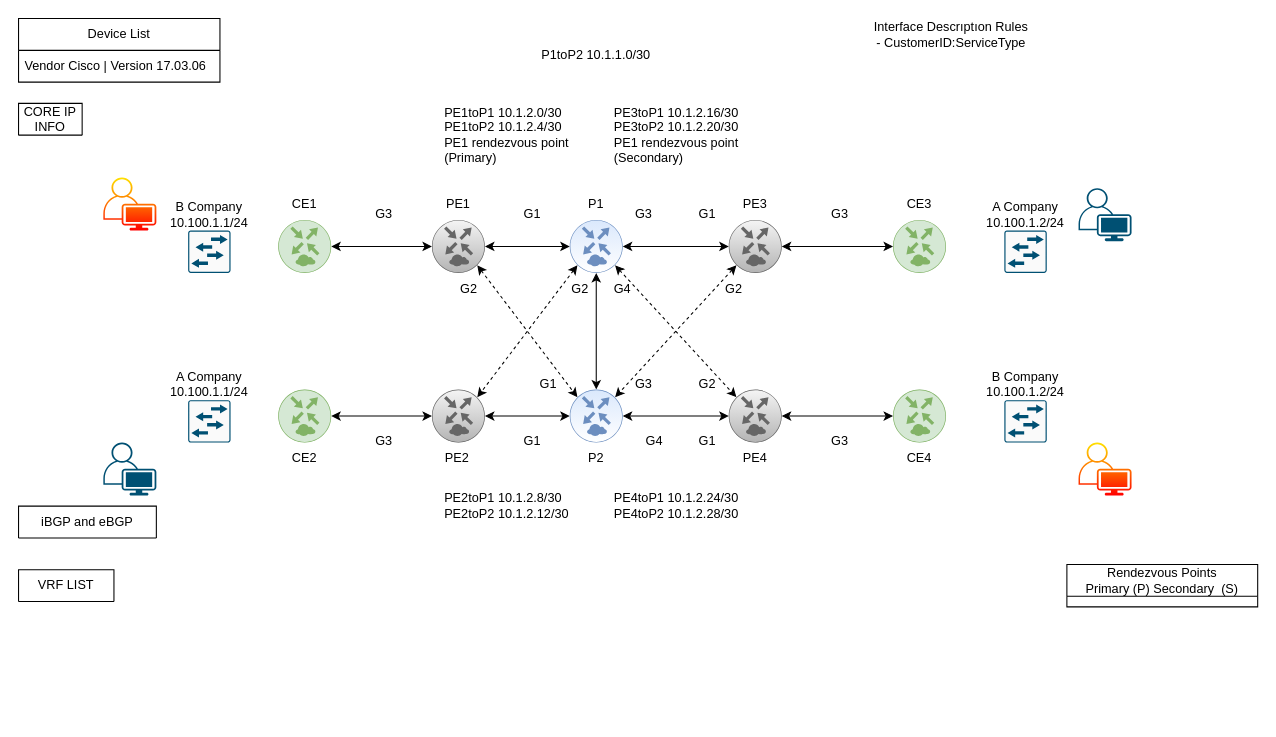
Earlier version of the draw.io diagram page "MPLS-CEtoCE-L2" (4 of 5) of MPLS.drawio (vxmaster/CML). Source tidied: cells renumbered, new cells numbered last; positions are measured from the earlier drawing's top-left corner, leaving out a move shared by most shapes. Both pictures are drawn from the tidied source at 106%, with x=0, y=0 at pixel (18, 18).
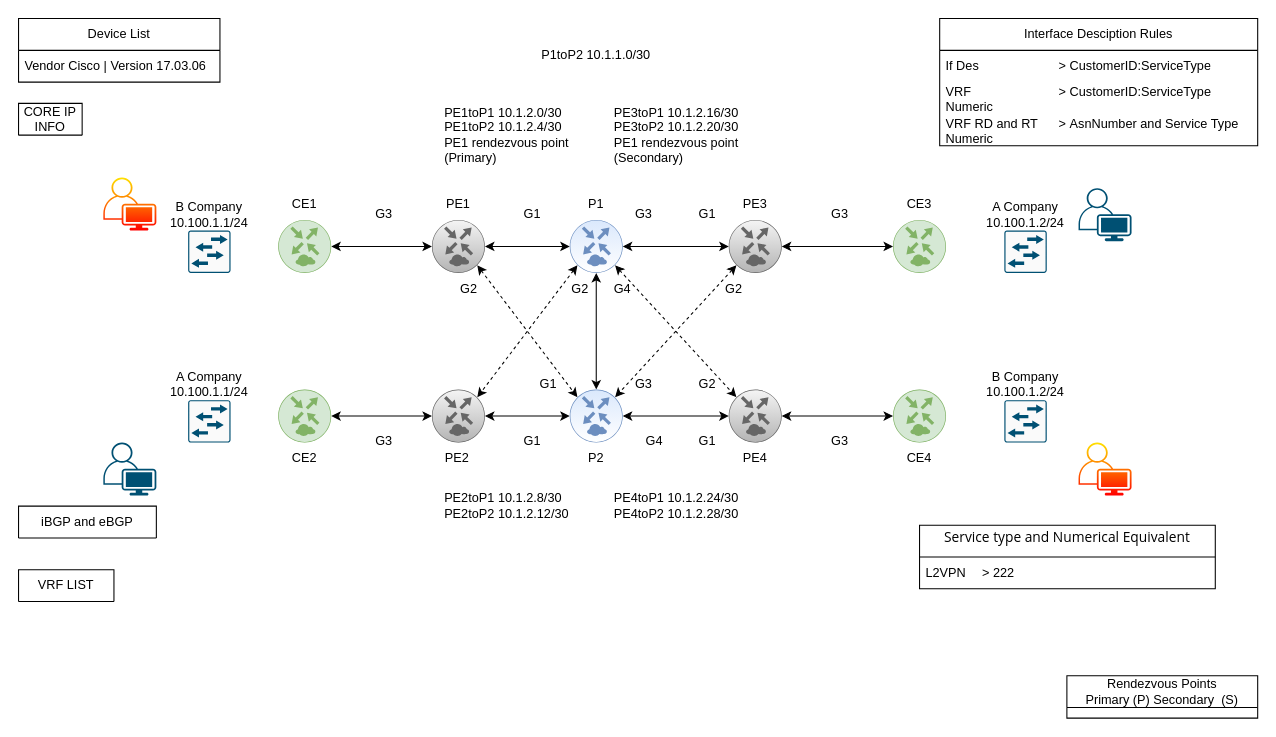
The same page after the edit.

The edit, as a diff of the source:
```diff
@@
     <mxCell id="37" value="Rendezvous Points&lt;br&gt;Primary (P) Secondary&amp;nbsp; (S)" style="swimlane;fontStyle=0;horizontal=1;startSize=30;whiteSpace=wrap;html=1;" parent="1" vertex="1" collapsed="1">
-      <mxGeometry x="989" y="515" width="180" height="40" as="geometry" />
+      <mxGeometry x="989" y="620" width="180" height="40" as="geometry" />
     </mxCell>
@@
-    <mxCell id="87" value="&lt;div style=&quot;&quot;&gt;&lt;span style=&quot;background-color: initial;&quot;&gt;Interface Descrıptıon Rules&lt;/span&gt;&lt;br&gt;&lt;span style=&quot;background-color: initial;&quot;&gt;- CustomerID:ServiceType&lt;/span&gt;&lt;/div&gt;" style="text;html=1;align=center;verticalAlign=middle;whiteSpace=wrap;rounded=0;" parent="1" vertex="1">
-      <mxGeometry x="790" width="180" height="30" as="geometry" />
-    </mxCell>
+    <mxCell id="88" value="Interface Desciption Rules" style="swimlane;fontStyle=0;horizontal=1;startSize=30;whiteSpace=wrap;html=1;" parent="1" vertex="1">
+      <mxGeometry x="869" width="300" height="120" as="geometry" />
+    </mxCell>
+    <mxCell id="89" value="&lt;span style=&quot;text-align: center;&quot;&gt;If Des&lt;span style=&quot;white-space: pre;&quot;&gt;&#9;&lt;span style=&quot;white-space: pre;&quot;&gt;&#9;&lt;/span&gt;&lt;span style=&quot;white-space: pre;&quot;&gt;&#9;&lt;/span&gt;&lt;/span&gt;&amp;gt; CustomerID:ServiceType&lt;/span&gt;" style="text;strokeColor=none;fillColor=none;align=left;verticalAlign=middle;spacingLeft=4;spacingRight=4;overflow=hidden;whiteSpace=wrap;html=1;" parent="88" vertex="1">
+      <mxGeometry y="30" width="300" height="30" as="geometry" />
+    </mxCell>
+    <mxCell id="90" value="VRF &lt;span style=&quot;white-space: pre;&quot;&gt;&#9;&lt;/span&gt;&lt;span style=&quot;white-space: pre;&quot;&gt;&#9;&lt;span style=&quot;white-space: pre;&quot;&gt;&#9;&lt;/span&gt;&lt;/span&gt;&amp;gt; CustomerID:ServiceType Numeric&amp;nbsp;" style="text;strokeColor=none;fillColor=none;align=left;verticalAlign=middle;spacingLeft=4;spacingRight=4;overflow=hidden;whiteSpace=wrap;html=1;" parent="88" vertex="1">
+      <mxGeometry y="60" width="300" height="30" as="geometry" />
+    </mxCell>
+    <mxCell id="91" value="VRF RD and RT&amp;nbsp;&lt;span style=&quot;white-space: pre;&quot;&gt;&#9;&lt;/span&gt;&amp;gt;&amp;nbsp;&lt;span style=&quot;background-color: initial;&quot;&gt;AsnNumber and Service Type Numeric&lt;/span&gt;" style="text;strokeColor=none;fillColor=none;align=left;verticalAlign=middle;spacingLeft=4;spacingRight=4;overflow=hidden;whiteSpace=wrap;html=1;" parent="88" vertex="1">
+      <mxGeometry y="90" width="300" height="30" as="geometry" />
+    </mxCell>
+    <mxCell id="92" value="&lt;div style=&quot;max-height: 240px; min-height: 30px; overflow-y: auto; overflow-wrap: break-word; background-color: var(--main-bg); margin: 10px 10px 3px; font-family: &amp;quot;Segoe UI&amp;quot;, &amp;quot;San Francisco&amp;quot;, Ubuntu, &amp;quot;Fira Sans&amp;quot;, Roboto, Arial, Helvetica, sans-serif; font-size: 13px; text-align: start;&quot; id=&quot;resultArea&quot;&gt;&lt;p style=&quot;margin: 0px; padding: 0px 5px; background-color: var(--main-bg); color: var(--main-text);&quot; dir=&quot;auto&quot; class=&quot;resultText&quot;&gt;Service type and Numerical Equivalent&lt;/p&gt;&lt;/div&gt;" style="swimlane;fontStyle=0;horizontal=1;startSize=30;whiteSpace=wrap;html=1;" parent="1" vertex="1">
+      <mxGeometry x="850" y="478" width="279" height="60" as="geometry" />
+    </mxCell>
+    <mxCell id="93" value="L2VPN&lt;span style=&quot;white-space: pre;&quot;&gt;&#9;&lt;/span&gt;&amp;gt; 222" style="text;strokeColor=none;fillColor=none;align=left;verticalAlign=middle;spacingLeft=4;spacingRight=4;overflow=hidden;whiteSpace=wrap;html=1;" parent="92" vertex="1">
+      <mxGeometry y="30" width="279" height="30" as="geometry" />
+    </mxCell>
```
